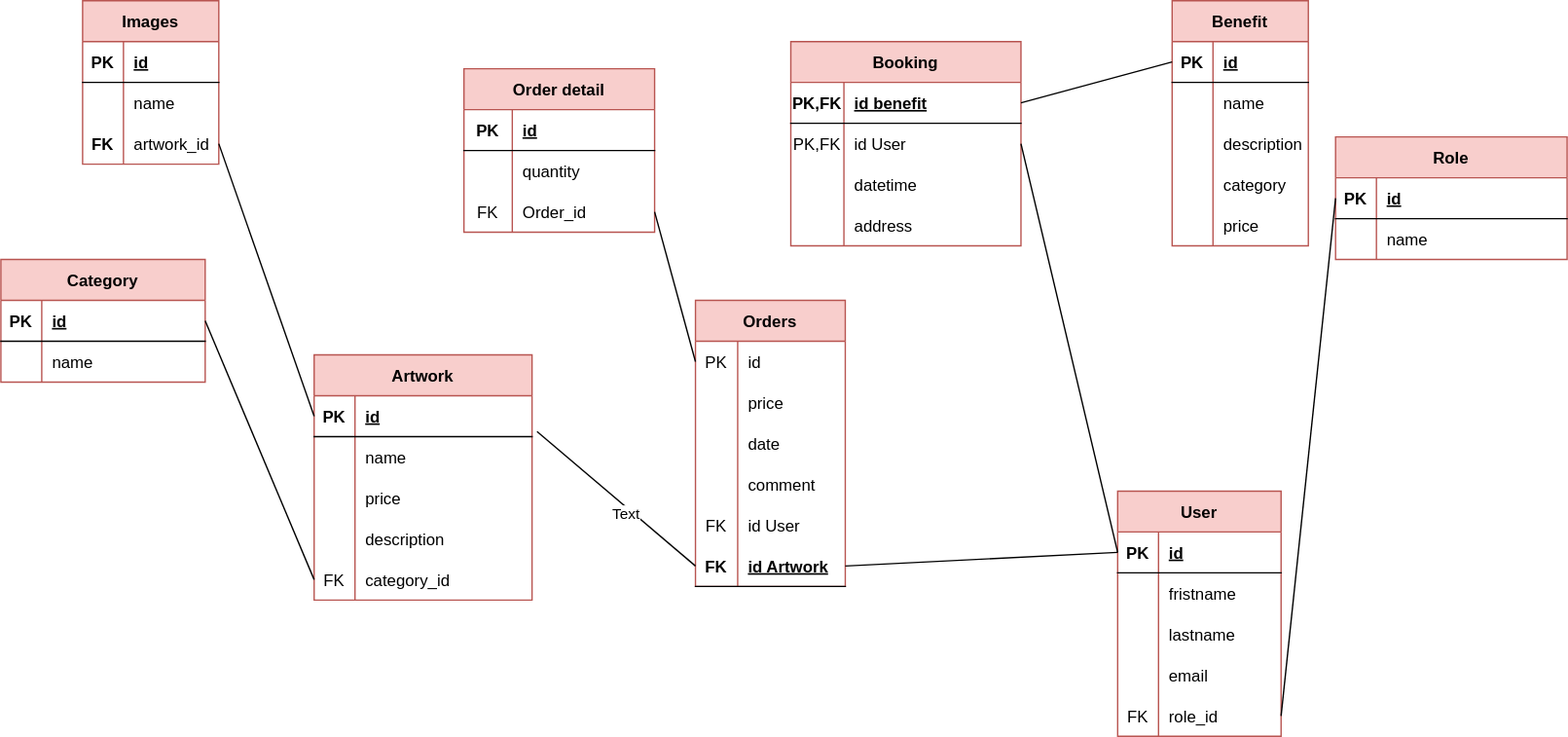
Mabrouka659/madameqalam keeps this draw.io diagram as code/server/merise/projet madameqalame/MLD.calligraphie.drawio.svg. Above is the earlier version. Source tidied: cells renumbered, new cells last; positions are measured from the earlier drawing's top-left corner, leaving out a move shared by most shapes.
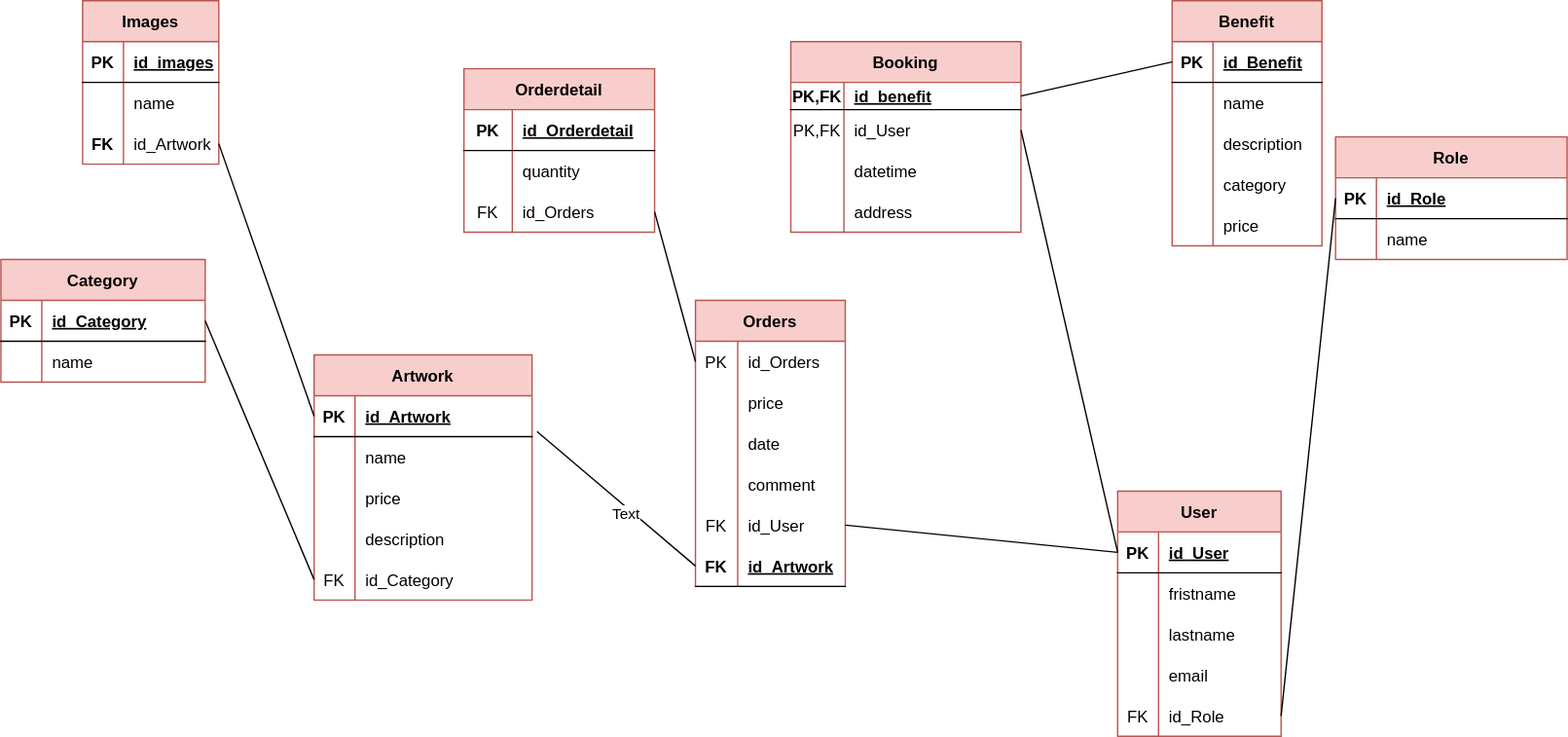
After the change.

Diff of the diagram source:
```diff
@@ -13,3 +13,3 @@
     </mxCell>
-    <mxCell id="5" value="id " style="shape=partialRectangle;fillColor=none;top=0;left=0;bottom=0;right=0;align=left;spacingLeft=6;fontStyle=5;overflow=hidden;" parent="3" vertex="1">
+    <mxCell id="5" value="id_User" style="shape=partialRectangle;fillColor=none;top=0;left=0;bottom=0;right=0;align=left;spacingLeft=6;fontStyle=5;overflow=hidden;" parent="3" vertex="1">
       <mxGeometry x="30" width="90" height="30" as="geometry" />
@@ -49,3 +49,3 @@
     </mxCell>
-    <mxCell id="17" value="role_id" style="shape=partialRectangle;fillColor=none;top=0;left=0;bottom=0;right=0;align=left;spacingLeft=6;overflow=hidden;" parent="15" vertex="1">
+    <mxCell id="17" value="id_Role" style="shape=partialRectangle;fillColor=none;top=0;left=0;bottom=0;right=0;align=left;spacingLeft=6;overflow=hidden;" parent="15" vertex="1">
       <mxGeometry x="30" width="90" height="30" as="geometry" />
@@ -61,3 +61,3 @@
     </mxCell>
-    <mxCell id="21" value="id" style="shape=partialRectangle;fillColor=none;top=0;left=0;bottom=0;right=0;align=left;spacingLeft=6;fontStyle=5;overflow=hidden;" parent="19" vertex="1">
+    <mxCell id="21" value="id_Role" style="shape=partialRectangle;fillColor=none;top=0;left=0;bottom=0;right=0;align=left;spacingLeft=6;fontStyle=5;overflow=hidden;" parent="19" vertex="1">
       <mxGeometry x="30" width="140" height="30" as="geometry" />
@@ -74,6 +74,6 @@
     <mxCell id="25" value="Benefit" style="shape=table;startSize=30;rowLines=0;fontStyle=1;align=center;fillColor=#f8cecc;strokeColor=#b85450;" parent="1" vertex="1">
-      <mxGeometry x="860" width="100" height="180" as="geometry" />
+      <mxGeometry x="860" width="110" height="180" as="geometry" />
     </mxCell>
     <mxCell id="26" style="shape=tableRow;horizontal=0;startSize=0;swimlaneHead=0;swimlaneBody=0;fillColor=none;points=[[0,0.5],[1,0.5]];portConstraint=eastwest;top=0;left=0;right=0;bottom=1;" parent="25" vertex="1">
-      <mxGeometry y="30" width="100" height="30" as="geometry" />
+      <mxGeometry y="30" width="110" height="30" as="geometry" />
     </mxCell>
@@ -82,7 +82,7 @@
     </mxCell>
-    <mxCell id="28" value="id" style="shape=partialRectangle;fillColor=none;top=0;left=0;bottom=0;right=0;align=left;spacingLeft=6;fontStyle=5;overflow=hidden;" parent="26" vertex="1">
-      <mxGeometry x="30" width="70" height="30" as="geometry" />
+    <mxCell id="28" value="id_Benefit" style="shape=partialRectangle;fillColor=none;top=0;left=0;bottom=0;right=0;align=left;spacingLeft=6;fontStyle=5;overflow=hidden;" parent="26" vertex="1">
+      <mxGeometry x="30" width="80" height="30" as="geometry" />
     </mxCell>
     <mxCell id="29" style="shape=tableRow;horizontal=0;startSize=0;swimlaneHead=0;swimlaneBody=0;fillColor=none;top=0;left=0;right=0;bottom=0;" parent="25" vertex="1">
-      <mxGeometry y="60" width="100" height="30" as="geometry" />
+      <mxGeometry y="60" width="110" height="30" as="geometry" />
     </mxCell>
@@ -92,6 +92,6 @@
     <mxCell id="31" value="name" style="shape=partialRectangle;fillColor=none;top=0;left=0;bottom=0;right=0;align=left;spacingLeft=6;overflow=hidden;" parent="29" vertex="1">
-      <mxGeometry x="30" width="70" height="30" as="geometry" />
+      <mxGeometry x="30" width="80" height="30" as="geometry" />
     </mxCell>
     <mxCell id="32" style="shape=tableRow;horizontal=0;startSize=0;swimlaneHead=0;swimlaneBody=0;fillColor=none;top=0;left=0;right=0;bottom=0;" parent="25" vertex="1">
-      <mxGeometry y="90" width="100" height="30" as="geometry" />
+      <mxGeometry y="90" width="110" height="30" as="geometry" />
     </mxCell>
@@ -101,6 +101,6 @@
     <mxCell id="34" value="description" style="shape=partialRectangle;fillColor=none;top=0;left=0;bottom=0;right=0;align=left;spacingLeft=6;overflow=hidden;" parent="32" vertex="1">
-      <mxGeometry x="30" width="70" height="30" as="geometry" />
+      <mxGeometry x="30" width="80" height="30" as="geometry" />
     </mxCell>
     <mxCell id="35" style="shape=tableRow;horizontal=0;startSize=0;swimlaneHead=0;swimlaneBody=0;fillColor=none;top=0;left=0;right=0;bottom=0;" parent="25" vertex="1">
-      <mxGeometry y="120" width="100" height="30" as="geometry" />
+      <mxGeometry y="120" width="110" height="30" as="geometry" />
     </mxCell>
@@ -110,6 +110,6 @@
     <mxCell id="37" value="category" style="shape=partialRectangle;fillColor=none;top=0;left=0;bottom=0;right=0;align=left;spacingLeft=6;overflow=hidden;" parent="35" vertex="1">
-      <mxGeometry x="30" width="70" height="30" as="geometry" />
+      <mxGeometry x="30" width="80" height="30" as="geometry" />
     </mxCell>
     <mxCell id="38" style="shape=tableRow;horizontal=0;startSize=0;swimlaneHead=0;swimlaneBody=0;fillColor=none;top=0;left=0;right=0;bottom=0;" parent="25" vertex="1">
-      <mxGeometry y="150" width="100" height="30" as="geometry" />
+      <mxGeometry y="150" width="110" height="30" as="geometry" />
     </mxCell>
@@ -119,18 +119,18 @@
     <mxCell id="40" value="price" style="shape=partialRectangle;fillColor=none;top=0;left=0;bottom=0;right=0;align=left;spacingLeft=6;overflow=hidden;" parent="38" vertex="1">
-      <mxGeometry x="30" width="70" height="30" as="geometry" />
+      <mxGeometry x="30" width="80" height="30" as="geometry" />
     </mxCell>
     <mxCell id="41" value="Booking" style="shape=table;startSize=30;rowLines=0;fontStyle=1;align=center;fillColor=#f8cecc;strokeColor=#b85450;" parent="1" vertex="1">
-      <mxGeometry x="580" y="30" width="169" height="150" as="geometry" />
+      <mxGeometry x="580" y="30" width="169" height="140" as="geometry" />
     </mxCell>
     <mxCell id="42" style="shape=tableRow;horizontal=0;startSize=0;swimlaneHead=0;swimlaneBody=0;fillColor=none;points=[[0,0.5],[1,0.5]];portConstraint=eastwest;top=0;left=0;right=0;bottom=1;" parent="41" vertex="1">
-      <mxGeometry y="30" width="169" height="30" as="geometry" />
+      <mxGeometry y="30" width="169" height="20" as="geometry" />
     </mxCell>
     <mxCell id="43" value="PK,FK" style="shape=partialRectangle;fillColor=none;top=0;left=0;bottom=0;right=0;fontStyle=1;overflow=hidden;" parent="42" vertex="1">
-      <mxGeometry width="39" height="30" as="geometry" />
+      <mxGeometry width="39" height="20" as="geometry" />
     </mxCell>
-    <mxCell id="44" value="id benefit" style="shape=partialRectangle;fillColor=none;top=0;left=0;bottom=0;right=0;align=left;spacingLeft=6;fontStyle=5;overflow=hidden;" parent="42" vertex="1">
-      <mxGeometry x="39" width="130" height="30" as="geometry" />
+    <mxCell id="44" value="id_benefit" style="shape=partialRectangle;fillColor=none;top=0;left=0;bottom=0;right=0;align=left;spacingLeft=6;fontStyle=5;overflow=hidden;" parent="42" vertex="1">
+      <mxGeometry x="39" width="130" height="20" as="geometry" />
     </mxCell>
     <mxCell id="45" style="shape=tableRow;horizontal=0;startSize=0;swimlaneHead=0;swimlaneBody=0;fillColor=none;points=[[0,0.5],[1,0.5]];portConstraint=eastwest;top=0;left=0;right=0;bottom=0;" parent="41" vertex="1">
-      <mxGeometry y="60" width="169" height="30" as="geometry" />
+      <mxGeometry y="50" width="169" height="30" as="geometry" />
     </mxCell>
@@ -139,3 +139,3 @@
     </mxCell>
-    <mxCell id="47" value="id User" style="shape=partialRectangle;fillColor=none;top=0;left=0;bottom=0;right=0;align=left;spacingLeft=6;overflow=hidden;" parent="45" vertex="1">
+    <mxCell id="47" value="id_User" style="shape=partialRectangle;fillColor=none;top=0;left=0;bottom=0;right=0;align=left;spacingLeft=6;overflow=hidden;" parent="45" vertex="1">
       <mxGeometry x="39" width="130" height="30" as="geometry" />
@@ -143,3 +143,3 @@
     <mxCell id="48" style="shape=tableRow;horizontal=0;startSize=0;swimlaneHead=0;swimlaneBody=0;fillColor=none;top=0;left=0;right=0;bottom=0;" parent="41" vertex="1">
-      <mxGeometry y="90" width="169" height="30" as="geometry" />
+      <mxGeometry y="80" width="169" height="30" as="geometry" />
     </mxCell>
@@ -152,3 +152,3 @@
     <mxCell id="51" style="shape=tableRow;horizontal=0;startSize=0;swimlaneHead=0;swimlaneBody=0;fillColor=none;top=0;left=0;right=0;bottom=0;" parent="41" vertex="1">
-      <mxGeometry y="120" width="169" height="30" as="geometry" />
+      <mxGeometry y="110" width="169" height="30" as="geometry" />
     </mxCell>
@@ -172,3 +172,3 @@
     </mxCell>
-    <mxCell id="58" value="id " style="shape=partialRectangle;fillColor=none;top=0;left=0;bottom=0;right=0;align=left;spacingLeft=6;fontStyle=5;overflow=hidden;" parent="56" vertex="1">
+    <mxCell id="58" value="id_Artwork" style="shape=partialRectangle;fillColor=none;top=0;left=0;bottom=0;right=0;align=left;spacingLeft=6;fontStyle=5;overflow=hidden;" parent="56" vertex="1">
       <mxGeometry x="30" width="130" height="30" as="geometry" />
@@ -208,3 +208,3 @@
     </mxCell>
-    <mxCell id="70" value="category_id" style="shape=partialRectangle;fillColor=none;top=0;left=0;bottom=0;right=0;align=left;spacingLeft=6;overflow=hidden;" parent="68" vertex="1">
+    <mxCell id="70" value="id_Category" style="shape=partialRectangle;fillColor=none;top=0;left=0;bottom=0;right=0;align=left;spacingLeft=6;overflow=hidden;" parent="68" vertex="1">
       <mxGeometry x="30" width="130" height="30" as="geometry" />
@@ -226,3 +226,3 @@
     </mxCell>
-    <mxCell id="76" value="id " style="shape=partialRectangle;fillColor=none;top=0;left=0;bottom=0;right=0;align=left;spacingLeft=6;fontStyle=5;overflow=hidden;" parent="74" vertex="1">
+    <mxCell id="76" value="id_images" style="shape=partialRectangle;fillColor=none;top=0;left=0;bottom=0;right=0;align=left;spacingLeft=6;fontStyle=5;overflow=hidden;" parent="74" vertex="1">
       <mxGeometry x="30" width="70" height="30" as="geometry" />
@@ -244,3 +244,3 @@
     </mxCell>
-    <mxCell id="82" value="artwork_id" style="shape=partialRectangle;fillColor=none;top=0;left=0;bottom=0;right=0;align=left;spacingLeft=6;overflow=hidden;" parent="80" vertex="1">
+    <mxCell id="82" value="id_Artwork" style="shape=partialRectangle;fillColor=none;top=0;left=0;bottom=0;right=0;align=left;spacingLeft=6;overflow=hidden;" parent="80" vertex="1">
       <mxGeometry x="30" width="70" height="30" as="geometry" />
@@ -250,3 +250,3 @@
     </mxCell>
-    <mxCell id="84" value="Order detail" style="shape=table;startSize=30;rowLines=0;fontStyle=1;align=center;fillColor=#f8cecc;strokeColor=#b85450;" parent="1" vertex="1">
+    <mxCell id="84" value="Orderdetail" style="shape=table;startSize=30;rowLines=0;fontStyle=1;align=center;fillColor=#f8cecc;strokeColor=#b85450;" parent="1" vertex="1">
       <mxGeometry x="340" y="50" width="140" height="120" as="geometry" />
@@ -259,3 +259,3 @@
     </mxCell>
-    <mxCell id="87" value="id " style="shape=partialRectangle;fillColor=none;top=0;left=0;bottom=0;right=0;align=left;spacingLeft=6;fontStyle=5;overflow=hidden;" parent="85" vertex="1">
+    <mxCell id="87" value="id_Orderdetail" style="shape=partialRectangle;fillColor=none;top=0;left=0;bottom=0;right=0;align=left;spacingLeft=6;fontStyle=5;overflow=hidden;" parent="85" vertex="1">
       <mxGeometry x="35.5" width="104.5" height="30" as="geometry" />
@@ -277,3 +277,3 @@
     </mxCell>
-    <mxCell id="93" value="Order_id" style="shape=partialRectangle;fillColor=none;top=0;left=0;bottom=0;right=0;align=left;spacingLeft=6;overflow=hidden;" parent="91" vertex="1">
+    <mxCell id="93" value="id_Orders" style="shape=partialRectangle;fillColor=none;top=0;left=0;bottom=0;right=0;align=left;spacingLeft=6;overflow=hidden;" parent="91" vertex="1">
       <mxGeometry x="35.5" width="104.5" height="30" as="geometry" />
@@ -289,3 +289,3 @@
     </mxCell>
-    <mxCell id="97" value="id" style="shape=partialRectangle;fillColor=none;top=0;left=0;bottom=0;right=0;align=left;spacingLeft=6;overflow=hidden;" parent="95" vertex="1">
+    <mxCell id="97" value="id_Orders" style="shape=partialRectangle;fillColor=none;top=0;left=0;bottom=0;right=0;align=left;spacingLeft=6;overflow=hidden;" parent="95" vertex="1">
       <mxGeometry x="31" width="79" height="30" as="geometry" />
@@ -325,3 +325,3 @@
     </mxCell>
-    <mxCell id="109" value="id User" style="shape=partialRectangle;fillColor=none;top=0;left=0;bottom=0;right=0;align=left;spacingLeft=6;overflow=hidden;" parent="107" vertex="1">
+    <mxCell id="109" value="id_User" style="shape=partialRectangle;fillColor=none;top=0;left=0;bottom=0;right=0;align=left;spacingLeft=6;overflow=hidden;" parent="107" vertex="1">
       <mxGeometry x="31" width="79" height="30" as="geometry" />
@@ -334,3 +334,3 @@
     </mxCell>
-    <mxCell id="112" value="id Artwork" style="shape=partialRectangle;fillColor=none;top=0;left=0;bottom=0;right=0;align=left;spacingLeft=6;fontStyle=5;overflow=hidden;" parent="110" vertex="1">
+    <mxCell id="112" value="id_Artwork" style="shape=partialRectangle;fillColor=none;top=0;left=0;bottom=0;right=0;align=left;spacingLeft=6;fontStyle=5;overflow=hidden;" parent="110" vertex="1">
       <mxGeometry x="31" width="79" height="30" as="geometry" />
@@ -355,3 +355,3 @@
     </mxCell>
-    <mxCell id="119" value="id" style="shape=partialRectangle;fillColor=none;top=0;left=0;bottom=0;right=0;align=left;spacingLeft=6;fontStyle=5;overflow=hidden;" parent="117" vertex="1">
+    <mxCell id="119" value="id_Category" style="shape=partialRectangle;fillColor=none;top=0;left=0;bottom=0;right=0;align=left;spacingLeft=6;fontStyle=5;overflow=hidden;" parent="117" vertex="1">
       <mxGeometry x="30" width="120" height="30" as="geometry" />
@@ -370,3 +370,3 @@
     </mxCell>
-    <mxCell id="124" style="endArrow=none;html=1;rounded=0;entryX=0;entryY=0.5;entryDx=0;entryDy=0;exitX=1;exitY=0.5;exitDx=0;exitDy=0;" parent="1" edge="1" source="110" target="3">
+    <mxCell id="124" style="endArrow=none;html=1;rounded=0;entryX=0;entryY=0.5;entryDx=0;entryDy=0;exitX=1;exitY=0.5;exitDx=0;exitDy=0;" parent="1" edge="1" source="107" target="3">
       <mxGeometry relative="1" as="geometry" />
```
